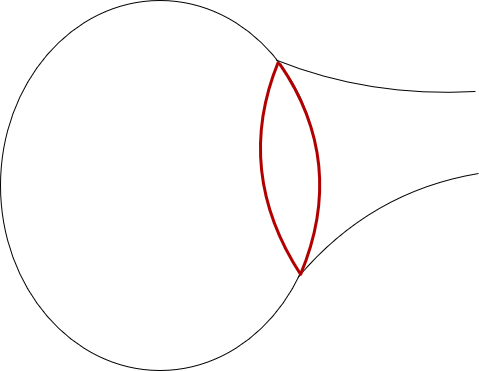
The draw.io diagram Diagram bez tytułu2.png in adamski83/sklep, before a commit. Source tidied: cells renumbered, new cells last; positions are measured from the earlier drawing's top-left corner, leaving out a move shared by most shapes.
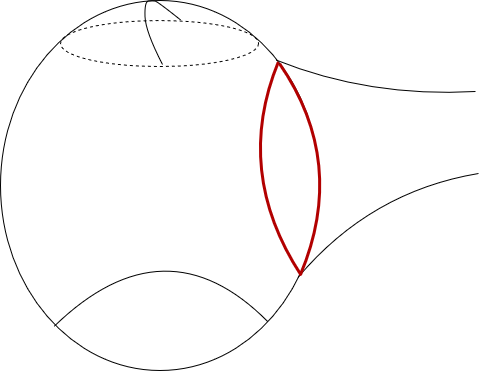
The same file after the commit.

What changed in the source:
```diff
@@ -36,5 +36,26 @@
         </Array>
       </mxGeometry>
     </mxCell>
+    <mxCell id="7" style="endArrow=none;html=1;strokeColor=#000000;strokeWidth=1;entryX=0.838;entryY=0.868;entryDx=0;entryDy=0;entryPerimeter=0;exitX=0.169;exitY=0.88;exitDx=0;exitDy=0;exitPerimeter=0;curved=1;" parent="1" edge="1" source="2" target="2">
+      <mxGeometry relative="1" as="geometry">
+        <Array as="points">
+          <mxPoint x="165" y="218" />
+        </Array>
+      </mxGeometry>
+    </mxCell>
+    <mxCell id="8" style="ellipse;whiteSpace=wrap;html=1;rounded=0;sketch=0;fillColor=none;dashed=1;" parent="1" vertex="1">
+      <mxGeometry x="60" y="20" width="198" height="46" as="geometry" />
+    </mxCell>
+    <mxCell id="9" style="endArrow=none;html=1;strokeColor=#000000;strokeWidth=1;exitX=0.606;exitY=-0.014;exitDx=0;exitDy=0;exitPerimeter=0;curved=1;" parent="1" edge="1" source="8">
+      <mxGeometry relative="1" as="geometry">
+        <mxPoint x="162" y="64" as="targetPoint" />
+        <Array as="points">
+          <mxPoint x="157" y="1" />
+          <mxPoint x="152" />
+          <mxPoint x="144" y="1" />
+          <mxPoint x="145" y="31" />
+        </Array>
+      </mxGeometry>
+    </mxCell>
   </root>
 </mxGraphModel>
```
